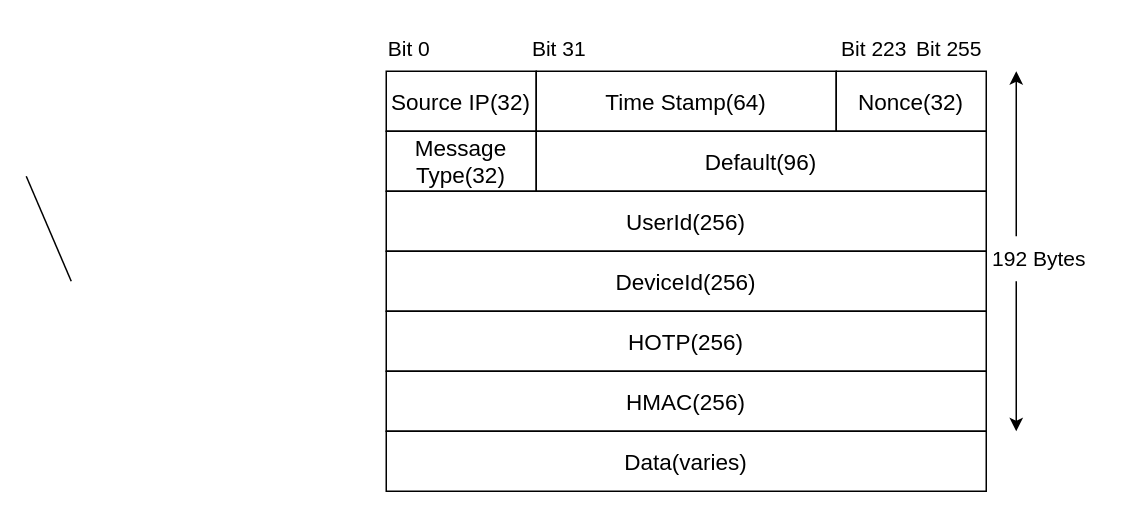
This is testDirectory/SPA数据包格式.drawio from Moose1273/-, a draw.io file, before an edit. Source tidied: cells renumbered, new cells numbered last; positions are measured from the earlier drawing's top-left corner, leaving out a move shared by most shapes. Both pictures are drawn from the tidied source at 150%, with x=0, y=0 at pixel (26, 26).
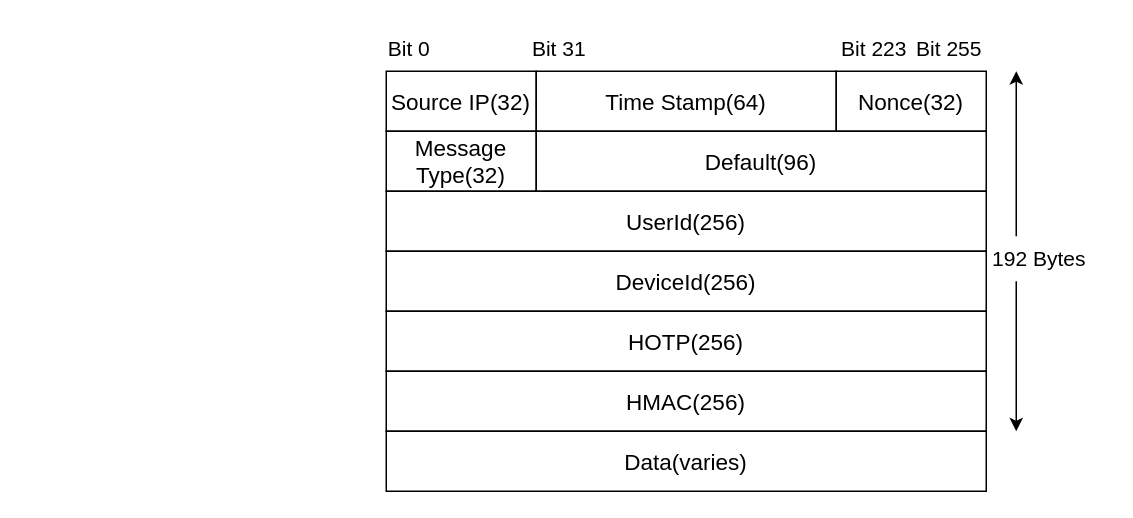
The same diagram, later.

Commit message (it also covers changes not shown here):
更新SPA数据包格式.drawio

Change to the diagram source:
```diff
@@
-    <mxCell id="3" style="endArrow=none;html=1;rounded=0;" parent="1" edge="1">
-      <mxGeometry relative="1" as="geometry">
-        <mxPoint x="30" y="170" as="sourcePoint" />
-        <mxPoint y="100" as="targetPoint" />
-      </mxGeometry>
-    </mxCell>
```
